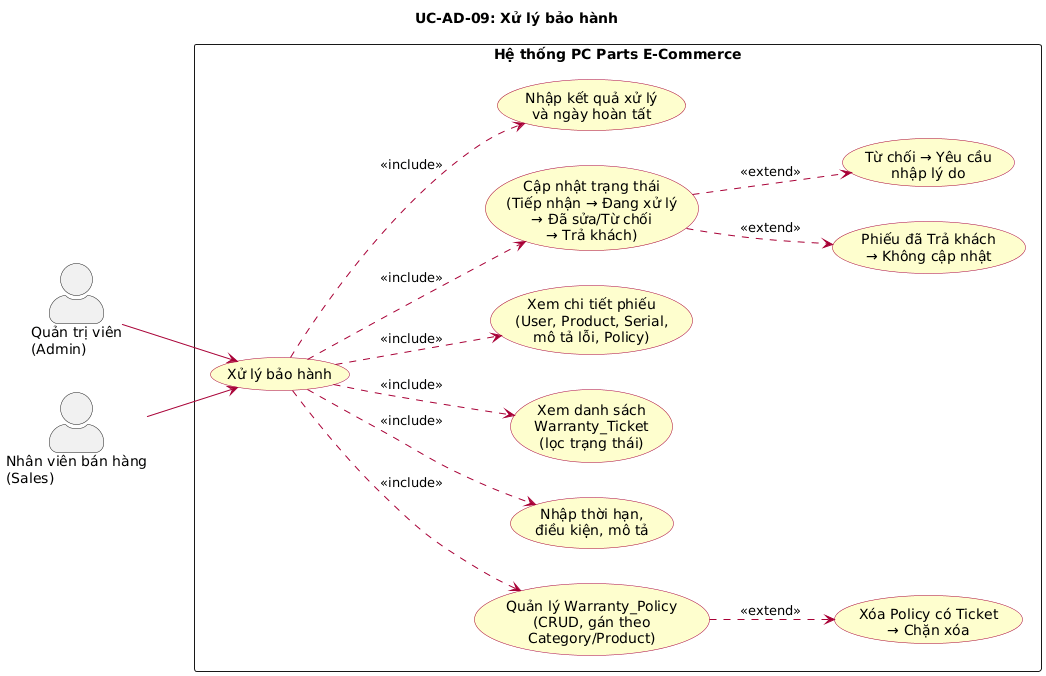
Earlier version of the PlantUML export docs/diagrams/images/uc_AD09_xu_ly_bao_hanh.png (huuhieu56/PC-Parts-ECommerce). Its diagram source:
```plantuml
@startuml
left to right direction
skinparam actorStyle awesome
skinparam packageStyle rectangle
skinparam usecase {
  BackgroundColor #FEFECE
  BorderColor #A80036
  ArrowColor #A80036
}

title UC-AD-09: Xử lý bảo hành

actor "Quản trị viên\n(Admin)" as Admin
actor "Nhân viên bán hàng\n(Sales)" as Sales

rectangle "Hệ thống PC Parts E-Commerce" {
  usecase "Xử lý bảo hành" as UC_WAR
  usecase "Quản lý Warranty_Policy\n(CRUD, gán theo\nCategory/Product)" as UC_POLICY
  usecase "Nhập thời hạn,\nđiều kiện, mô tả" as UC_POLICY_INPUT
  usecase "Xem danh sách\nWarranty_Ticket\n(lọc trạng thái)" as UC_LIST
  usecase "Xem chi tiết phiếu\n(User, Product, Serial,\nmô tả lỗi, Policy)" as UC_DETAIL
  usecase "Cập nhật trạng thái\n(Tiếp nhận → Đang xử lý\n→ Đã sửa/Từ chối\n→ Trả khách)" as UC_STATUS
  usecase "Nhập kết quả xử lý\nvà ngày hoàn tất" as UC_RESOLVE
  usecase "Phiếu đã Trả khách\n→ Không cập nhật" as UC_ERR_CLOSED
  usecase "Từ chối → Yêu cầu\nnhập lý do" as UC_ERR_REASON
  usecase "Xóa Policy có Ticket\n→ Chặn xóa" as UC_ERR_DEL
}

Admin --> UC_WAR
Sales --> UC_WAR

UC_WAR ..> UC_POLICY : <<include>>
UC_WAR ..> UC_POLICY_INPUT : <<include>>
UC_WAR ..> UC_LIST : <<include>>
UC_WAR ..> UC_DETAIL : <<include>>
UC_WAR ..> UC_STATUS : <<include>>
UC_WAR ..> UC_RESOLVE : <<include>>
UC_STATUS ..> UC_ERR_CLOSED : <<extend>>
UC_STATUS ..> UC_ERR_REASON : <<extend>>
UC_POLICY ..> UC_ERR_DEL : <<extend>>
@enduml
```
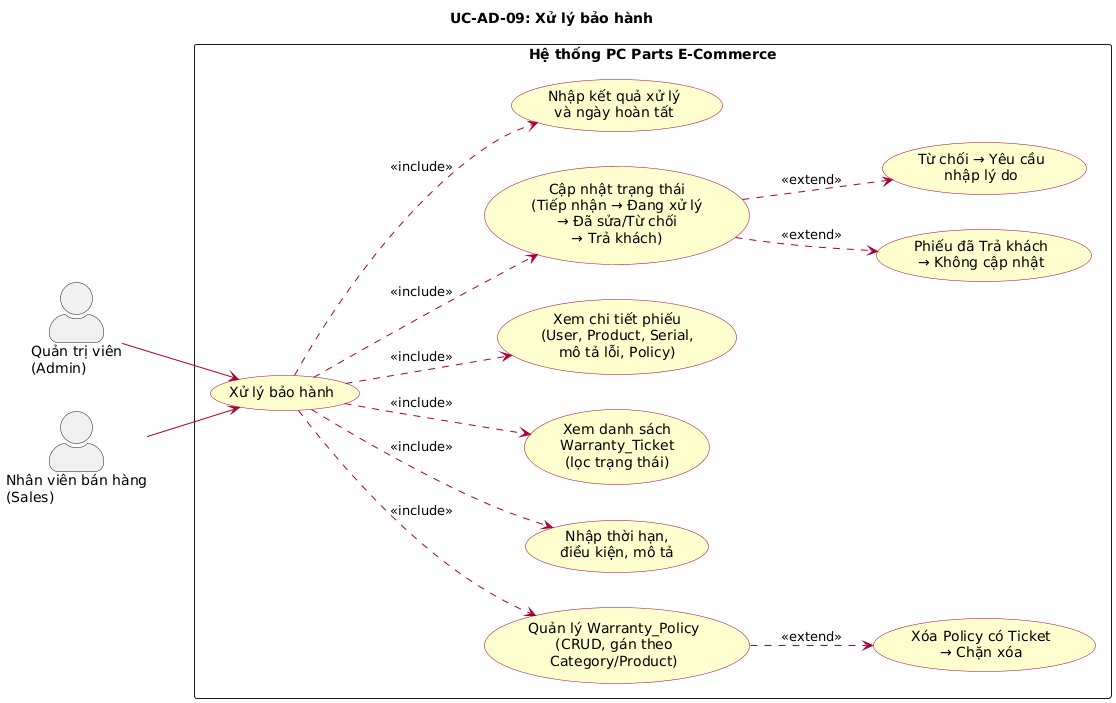
Above is the later version.

The edit, as a diff of the source:
```diff
@@ -1,4 +1,4 @@
-@startuml
+@startuml uc_AD09_xu_ly_bao_hanh
 left to right direction
 skinparam actorStyle awesome
 skinparam packageStyle rectangle
@@ -38,4 +38,5 @@
 UC_STATUS ..> UC_ERR_CLOSED : <<extend>>
 UC_STATUS ..> UC_ERR_REASON : <<extend>>
 UC_POLICY ..> UC_ERR_DEL : <<extend>>
+
 @enduml
```
